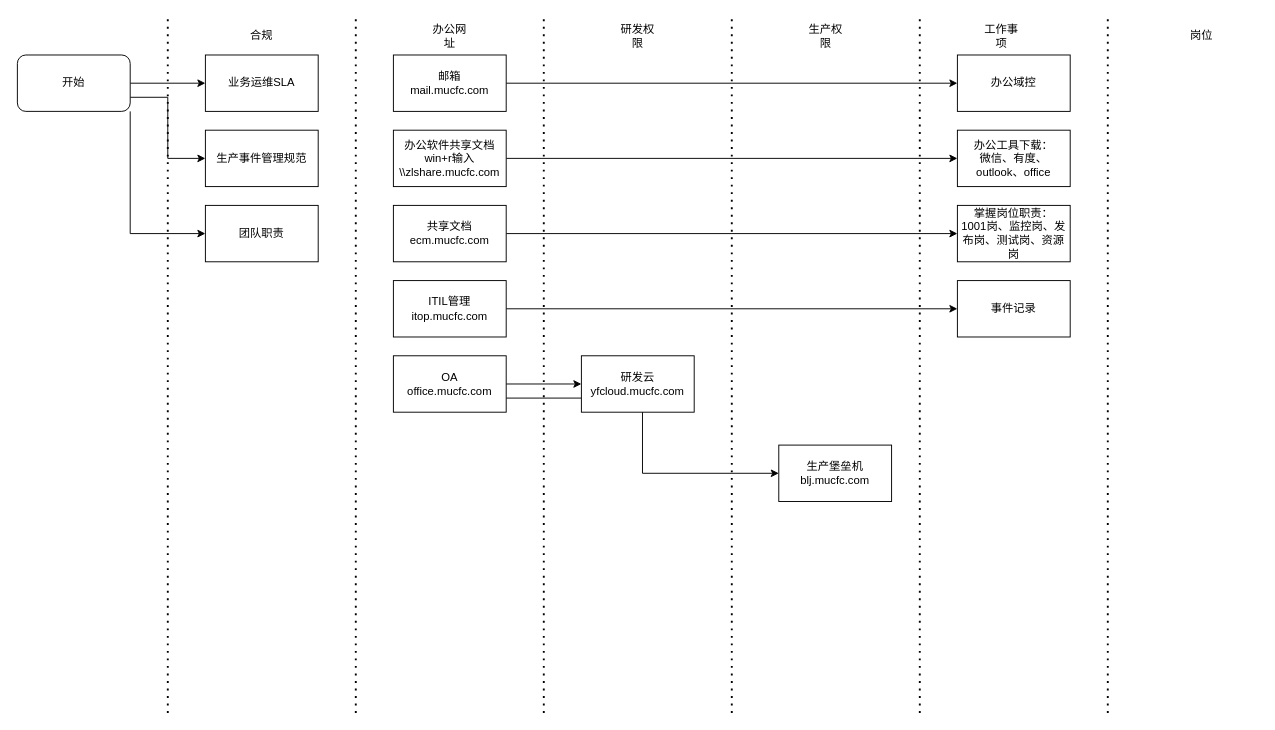
Before: 新人培训能力树 Diagram.drawio in dclarken/draw.io, a draw.io diagram. Source tidied: cells renumbered, new cells numbered last; positions are measured from the earlier drawing's top-left corner, leaving out a move shared by most shapes. Both pictures are drawn from the tidied source at 94%, with x=0, y=0 at pixel (17, 17).
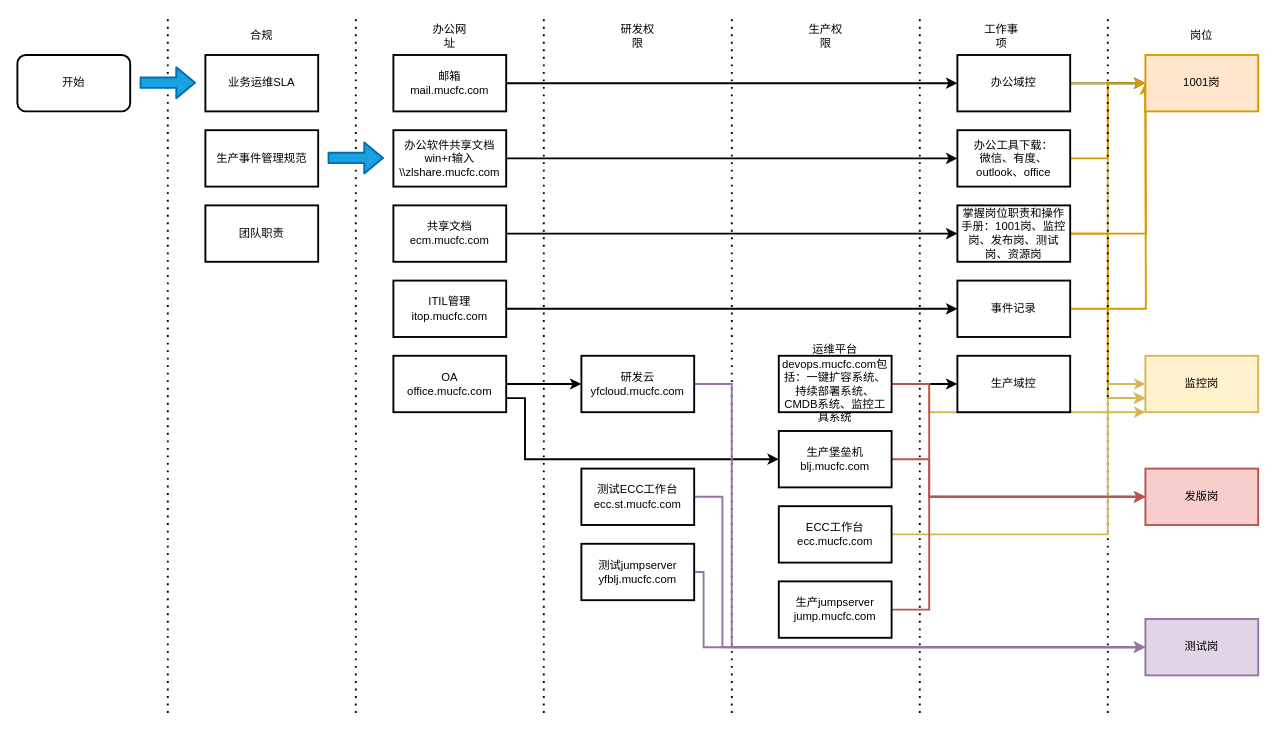
The same page after the edit.

Commit message (it also covers changes not shown here):
Update 新人培训能力树 Diagram.drawio

The edit, as a diff of the source:
```diff
@@
-    <mxCell id="2" style="edgeStyle=orthogonalEdgeStyle;rounded=0;jettySize=auto;html=1;exitX=1;exitY=0.5;exitDx=0;exitDy=0;entryX=0;entryY=0.5;entryDx=0;entryDy=0;" parent="1" edge="1" source="5" target="12">
-      <mxGeometry relative="1" as="geometry" />
-    </mxCell>
-    <mxCell id="3" style="edgeStyle=orthogonalEdgeStyle;rounded=0;jettySize=auto;html=1;exitX=1;exitY=0.75;exitDx=0;exitDy=0;entryX=0;entryY=0.5;entryDx=0;entryDy=0;" parent="1" edge="1" source="5" target="14">
-      <mxGeometry relative="1" as="geometry" />
-    </mxCell>
-    <mxCell id="4" style="edgeStyle=orthogonalEdgeStyle;rounded=0;jettySize=auto;html=1;exitX=1;exitY=1;exitDx=0;exitDy=0;entryX=0;entryY=0.5;entryDx=0;entryDy=0;" parent="1" edge="1" source="5" target="15">
-      <mxGeometry relative="1" as="geometry" />
-    </mxCell>
-    <mxCell id="5" value="开始" style="rounded=1;whiteSpace=wrap;html=1;" parent="1" vertex="1">
+    <mxCell id="5" value="开始" style="rounded=1;whiteSpace=wrap;html=1;strokeWidth=2;" parent="1" vertex="1">
       <mxGeometry y="40" width="120" height="60" as="geometry" />
     </mxCell>
@@
-    <mxCell id="7" value="合规" style="text;html=1;strokeColor=none;fillColor=none;align=center;verticalAlign=middle;whiteSpace=wrap;rounded=0;" parent="1" vertex="1">
+    <mxCell id="7" value="合规" style="text;html=1;strokeColor=none;fillColor=none;align=center;verticalAlign=middle;whiteSpace=wrap;rounded=0;strokeWidth=2;" parent="1" vertex="1">
       <mxGeometry x="240" y="10" width="40" height="20" as="geometry" />
     </mxCell>
@@
-    <mxCell id="10" value="办公网址" style="text;html=1;strokeColor=none;fillColor=none;align=center;verticalAlign=middle;whiteSpace=wrap;rounded=0;" parent="1" vertex="1">
+    <mxCell id="10" value="办公网址" style="text;html=1;strokeColor=none;fillColor=none;align=center;verticalAlign=middle;whiteSpace=wrap;rounded=0;strokeWidth=2;" parent="1" vertex="1">
       <mxGeometry x="440" y="10" width="40" height="20" as="geometry" />
     </mxCell>
-    <mxCell id="11" value="研发权限" style="text;html=1;strokeColor=none;fillColor=none;align=center;verticalAlign=middle;whiteSpace=wrap;rounded=0;" parent="1" vertex="1">
+    <mxCell id="11" value="研发权限" style="text;html=1;strokeColor=none;fillColor=none;align=center;verticalAlign=middle;whiteSpace=wrap;rounded=0;strokeWidth=2;" parent="1" vertex="1">
       <mxGeometry x="640" y="10" width="40" height="20" as="geometry" />
     </mxCell>
-    <mxCell id="12" value="业务运维SLA" style="rounded=0;whiteSpace=wrap;html=1;" parent="1" vertex="1">
+    <mxCell id="12" value="业务运维SLA" style="rounded=0;whiteSpace=wrap;html=1;strokeWidth=2;" parent="1" vertex="1">
       <mxGeometry x="200" y="40" width="120" height="60" as="geometry" />
     </mxCell>
@@
-    <mxCell id="14" value="生产事件管理规范" style="rounded=0;whiteSpace=wrap;html=1;" parent="1" vertex="1">
+    <mxCell id="14" value="生产事件管理规范" style="rounded=0;whiteSpace=wrap;html=1;strokeWidth=2;" parent="1" vertex="1">
       <mxGeometry x="200" y="120" width="120" height="60" as="geometry" />
     </mxCell>
-    <mxCell id="15" value="团队职责" style="rounded=0;whiteSpace=wrap;html=1;" parent="1" vertex="1">
+    <mxCell id="15" value="团队职责" style="rounded=0;whiteSpace=wrap;html=1;strokeWidth=2;" parent="1" vertex="1">
       <mxGeometry x="200" y="200" width="120" height="60" as="geometry" />
     </mxCell>
-    <mxCell id="16" style="edgeStyle=orthogonalEdgeStyle;rounded=0;jettySize=auto;html=1;entryX=0;entryY=0.5;entryDx=0;entryDy=0;" parent="1" edge="1" source="17" target="18">
+    <mxCell id="16" style="edgeStyle=orthogonalEdgeStyle;rounded=0;jettySize=auto;html=1;entryX=0;entryY=0.5;entryDx=0;entryDy=0;strokeWidth=2;" parent="1" edge="1" source="17" target="18">
       <mxGeometry relative="1" as="geometry" />
     </mxCell>
-    <mxCell id="17" value="邮箱&lt;br&gt;mail.mucfc.com&lt;br&gt;" style="rounded=0;whiteSpace=wrap;html=1;" parent="1" vertex="1">
+    <mxCell id="17" value="邮箱&lt;br&gt;mail.mucfc.com&lt;br&gt;" style="rounded=0;whiteSpace=wrap;html=1;strokeWidth=2;" parent="1" vertex="1">
       <mxGeometry x="400" y="40" width="120" height="60" as="geometry" />
     </mxCell>
+    <mxCell id="38" style="edgeStyle=orthogonalEdgeStyle;rounded=0;jettySize=auto;html=1;entryX=0;entryY=0.5;entryDx=0;entryDy=0;strokeWidth=2;" parent="1" edge="1" source="18" target="46">
+      <mxGeometry relative="1" as="geometry" />
+    </mxCell>
+    <mxCell id="39" style="edgeStyle=orthogonalEdgeStyle;rounded=0;jettySize=auto;html=1;exitX=1;exitY=0.5;exitDx=0;exitDy=0;entryX=0;entryY=0.5;entryDx=0;entryDy=0;fillColor=#fff2cc;strokeColor=#d6b656;strokeWidth=2;" parent="1" edge="1" source="18" target="62">
+      <mxGeometry relative="1" as="geometry" />
+    </mxCell>
-    <mxCell id="18" value="办公域控" style="rounded=0;whiteSpace=wrap;html=1;" parent="1" vertex="1">
+    <mxCell id="18" value="办公域控" style="rounded=0;whiteSpace=wrap;html=1;strokeWidth=2;" parent="1" vertex="1">
       <mxGeometry x="1000" y="40" width="120" height="60" as="geometry" />
     </mxCell>
-    <mxCell id="19" style="edgeStyle=orthogonalEdgeStyle;rounded=0;jettySize=auto;html=1;entryX=0;entryY=0.5;entryDx=0;entryDy=0;" parent="1" edge="1" source="21" target="29">
+    <mxCell id="19" style="edgeStyle=orthogonalEdgeStyle;rounded=0;jettySize=auto;html=1;entryX=0;entryY=0.5;entryDx=0;entryDy=0;strokeWidth=2;" parent="1" edge="1" source="21" target="29">
       <mxGeometry relative="1" as="geometry" />
     </mxCell>
-    <mxCell id="20" style="edgeStyle=orthogonalEdgeStyle;rounded=0;jettySize=auto;html=1;exitX=1;exitY=0.75;exitDx=0;exitDy=0;entryX=0;entryY=0.5;entryDx=0;entryDy=0;" parent="1" edge="1" source="21" target="30">
-      <mxGeometry relative="1" as="geometry" />
+    <mxCell id="20" style="edgeStyle=orthogonalEdgeStyle;rounded=0;jettySize=auto;html=1;exitX=1;exitY=0.75;exitDx=0;exitDy=0;entryX=0;entryY=0.5;entryDx=0;entryDy=0;strokeWidth=2;" parent="1" edge="1" source="21" target="30">
+      <mxGeometry relative="1" as="geometry">
+        <Array as="points">
+          <mxPoint x="540" y="405" />
+          <mxPoint x="540" y="470" />
+        </Array>
+      </mxGeometry>
     </mxCell>
-    <mxCell id="21" value="OA&lt;br&gt;office.mucfc.com" style="rounded=0;whiteSpace=wrap;html=1;" parent="1" vertex="1">
+    <mxCell id="21" value="OA&lt;br&gt;office.mucfc.com" style="rounded=0;whiteSpace=wrap;html=1;strokeWidth=2;" parent="1" vertex="1">
       <mxGeometry x="400" y="360" width="120" height="60" as="geometry" />
     </mxCell>
-    <mxCell id="22" style="edgeStyle=orthogonalEdgeStyle;rounded=0;jettySize=auto;html=1;" parent="1" edge="1" source="23" target="34">
+    <mxCell id="22" style="edgeStyle=orthogonalEdgeStyle;rounded=0;jettySize=auto;html=1;strokeWidth=2;" parent="1" edge="1" source="23" target="34">
       <mxGeometry relative="1" as="geometry" />
     </mxCell>
-    <mxCell id="23" value="共享文档&lt;br&gt;ecm.mucfc.com" style="rounded=0;whiteSpace=wrap;html=1;" parent="1" vertex="1">
+    <mxCell id="23" value="共享文档&lt;br&gt;ecm.mucfc.com" style="rounded=0;whiteSpace=wrap;html=1;strokeWidth=2;" parent="1" vertex="1">
       <mxGeometry x="400" y="200" width="120" height="60" as="geometry" />
     </mxCell>
-    <mxCell id="24" style="edgeStyle=orthogonalEdgeStyle;rounded=0;jettySize=auto;html=1;" parent="1" edge="1" source="25" target="35">
+    <mxCell id="24" style="edgeStyle=orthogonalEdgeStyle;rounded=0;jettySize=auto;html=1;strokeWidth=2;" parent="1" edge="1" source="25" target="35">
       <mxGeometry relative="1" as="geometry" />
     </mxCell>
-    <mxCell id="25" value="ITIL管理&lt;br&gt;itop.mucfc.com" style="rounded=0;whiteSpace=wrap;html=1;" parent="1" vertex="1">
+    <mxCell id="25" value="ITIL管理&lt;br&gt;itop.mucfc.com" style="rounded=0;whiteSpace=wrap;html=1;strokeWidth=2;" parent="1" vertex="1">
       <mxGeometry x="400" y="280" width="120" height="60" as="geometry" />
     </mxCell>
-    <mxCell id="26" style="edgeStyle=orthogonalEdgeStyle;rounded=0;jettySize=auto;html=1;" parent="1" edge="1" source="27" target="33">
+    <mxCell id="26" style="edgeStyle=orthogonalEdgeStyle;rounded=0;jettySize=auto;html=1;strokeWidth=2;" parent="1" edge="1" source="27" target="33">
       <mxGeometry relative="1" as="geometry" />
     </mxCell>
-    <mxCell id="27" value="办公软件共享文档&lt;br&gt;win+r输入\\zlshare.mucfc.com" style="rounded=0;whiteSpace=wrap;html=1;" parent="1" vertex="1">
+    <mxCell id="27" value="办公软件共享文档&lt;br&gt;win+r输入\\zlshare.mucfc.com" style="rounded=0;whiteSpace=wrap;html=1;strokeWidth=2;" parent="1" vertex="1">
       <mxGeometry x="400" y="120" width="120" height="60" as="geometry" />
     </mxCell>
@@
+    <mxCell id="40" style="edgeStyle=orthogonalEdgeStyle;rounded=0;jettySize=auto;html=1;entryX=0;entryY=0.5;entryDx=0;entryDy=0;strokeWidth=2;fillColor=#e1d5e7;strokeColor=#9673a6;" parent="1" edge="1" source="29" target="64">
+      <mxGeometry relative="1" as="geometry">
+        <Array as="points">
+          <mxPoint x="760" y="390" />
+          <mxPoint x="760" y="670" />
+        </Array>
+      </mxGeometry>
+    </mxCell>
-    <mxCell id="29" value="研发云&lt;br&gt;yfcloud.mucfc.com" style="rounded=0;whiteSpace=wrap;html=1;" parent="1" vertex="1">
+    <mxCell id="29" value="研发云&lt;br&gt;yfcloud.mucfc.com" style="rounded=0;whiteSpace=wrap;html=1;strokeWidth=2;" parent="1" vertex="1">
       <mxGeometry x="600" y="360" width="120" height="60" as="geometry" />
     </mxCell>
+    <mxCell id="41" style="edgeStyle=orthogonalEdgeStyle;rounded=0;jettySize=auto;html=1;exitX=1;exitY=0.5;exitDx=0;exitDy=0;fillColor=#f8cecc;strokeColor=#b85450;strokeWidth=2;" parent="1" edge="1" source="30">
+      <mxGeometry relative="1" as="geometry">
+        <mxPoint x="1200" y="510" as="targetPoint" />
+        <Array as="points">
+          <mxPoint x="970" y="470" />
+          <mxPoint x="970" y="510" />
+        </Array>
+      </mxGeometry>
+    </mxCell>
-    <mxCell id="30" value="生产堡垒机&lt;br&gt;blj.mucfc.com" style="rounded=0;whiteSpace=wrap;html=1;" parent="1" vertex="1">
-      <mxGeometry x="810" y="455" width="120" height="60" as="geometry" />
+    <mxCell id="30" value="生产堡垒机&lt;br&gt;blj.mucfc.com" style="rounded=0;whiteSpace=wrap;html=1;strokeWidth=2;" parent="1" vertex="1">
+      <mxGeometry x="810" y="440" width="120" height="60" as="geometry" />
     </mxCell>
-    <mxCell id="31" value="生产权限" style="text;html=1;strokeColor=none;fillColor=none;align=center;verticalAlign=middle;whiteSpace=wrap;rounded=0;" parent="1" vertex="1">
+    <mxCell id="31" value="生产权限" style="text;html=1;strokeColor=none;fillColor=none;align=center;verticalAlign=middle;whiteSpace=wrap;rounded=0;strokeWidth=2;" parent="1" vertex="1">
       <mxGeometry x="840" y="10" width="40" height="20" as="geometry" />
     </mxCell>
-    <mxCell id="32" value="工作事项" style="text;html=1;strokeColor=none;fillColor=none;align=center;verticalAlign=middle;whiteSpace=wrap;rounded=0;" parent="1" vertex="1">
+    <mxCell id="32" value="工作事项" style="text;html=1;strokeColor=none;fillColor=none;align=center;verticalAlign=middle;whiteSpace=wrap;rounded=0;strokeWidth=2;" parent="1" vertex="1">
       <mxGeometry x="1027" y="10" width="40" height="20" as="geometry" />
     </mxCell>
+    <mxCell id="42" style="edgeStyle=orthogonalEdgeStyle;rounded=0;jettySize=auto;html=1;exitX=1;exitY=0.5;exitDx=0;exitDy=0;entryX=0;entryY=0.5;entryDx=0;entryDy=0;fillColor=#ffe6cc;strokeColor=#d79b00;strokeWidth=2;" parent="1" edge="1" source="33" target="46">
+      <mxGeometry relative="1" as="geometry" />
+    </mxCell>
-    <mxCell id="33" value="办公工具下载：&lt;br&gt;微信、有度、outlook、office" style="rounded=0;whiteSpace=wrap;html=1;" parent="1" vertex="1">
+    <mxCell id="33" value="办公工具下载：&lt;br&gt;微信、有度、outlook、office" style="rounded=0;whiteSpace=wrap;html=1;strokeWidth=2;" parent="1" vertex="1">
       <mxGeometry x="1000" y="120" width="120" height="60" as="geometry" />
     </mxCell>
+    <mxCell id="43" style="edgeStyle=orthogonalEdgeStyle;rounded=0;jettySize=auto;html=1;exitX=1;exitY=0.5;exitDx=0;exitDy=0;fillColor=#ffe6cc;strokeColor=#d79b00;strokeWidth=2;" parent="1" edge="1" source="34">
+      <mxGeometry relative="1" as="geometry">
+        <mxPoint x="1200" y="70" as="targetPoint" />
+      </mxGeometry>
+    </mxCell>
+    <mxCell id="44" style="edgeStyle=orthogonalEdgeStyle;rounded=0;jettySize=auto;html=1;exitX=1;exitY=0.5;exitDx=0;exitDy=0;entryX=0;entryY=0.75;entryDx=0;entryDy=0;fillColor=#ffe6cc;strokeColor=#d79b00;strokeWidth=2;" parent="1" edge="1" source="34" target="62">
+      <mxGeometry relative="1" as="geometry" />
+    </mxCell>
-    <mxCell id="34" value="掌握岗位职责：&lt;br&gt;1001岗、监控岗、发布岗、测试岗、资源岗" style="rounded=0;whiteSpace=wrap;html=1;" parent="1" vertex="1">
+    <mxCell id="34" value="掌握岗位职责和操作手册：1001岗、监控岗、发布岗、测试岗、资源岗" style="rounded=0;whiteSpace=wrap;html=1;strokeWidth=2;" parent="1" vertex="1">
       <mxGeometry x="1000" y="200" width="120" height="60" as="geometry" />
     </mxCell>
+    <mxCell id="45" style="edgeStyle=orthogonalEdgeStyle;rounded=0;jettySize=auto;html=1;exitX=1;exitY=0.5;exitDx=0;exitDy=0;fillColor=#ffe6cc;strokeColor=#d79b00;strokeWidth=2;" parent="1" edge="1" source="35">
+      <mxGeometry relative="1" as="geometry">
+        <mxPoint x="1200" y="70" as="targetPoint" />
+      </mxGeometry>
+    </mxCell>
-    <mxCell id="35" value="事件记录" style="rounded=0;whiteSpace=wrap;html=1;" parent="1" vertex="1">
+    <mxCell id="35" value="事件记录" style="rounded=0;whiteSpace=wrap;html=1;strokeWidth=2;" parent="1" vertex="1">
       <mxGeometry x="1000" y="280" width="120" height="60" as="geometry" />
     </mxCell>
@@
-    <mxCell id="37" value="岗位" style="text;html=1;strokeColor=none;fillColor=none;align=center;verticalAlign=middle;whiteSpace=wrap;rounded=0;" parent="1" vertex="1">
+    <mxCell id="37" value="岗位" style="text;html=1;strokeColor=none;fillColor=none;align=center;verticalAlign=middle;whiteSpace=wrap;rounded=0;strokeWidth=2;" parent="1" vertex="1">
       <mxGeometry x="1240" y="10" width="40" height="20" as="geometry" />
     </mxCell>
+    <mxCell id="46" value="1001岗" style="rounded=0;whiteSpace=wrap;html=1;fillColor=#ffe6cc;strokeColor=#d79b00;strokeWidth=2;" parent="1" vertex="1">
+      <mxGeometry x="1200" y="40" width="120" height="60" as="geometry" />
+    </mxCell>
+    <mxCell id="47" style="shape=flexArrow;endArrow=classic;html=1;fillColor=#1ba1e2;strokeColor=#006EAF;strokeWidth=2;" parent="1" edge="1">
+      <mxGeometry relative="1" as="geometry">
+        <mxPoint x="330" y="149.5" as="sourcePoint" />
+        <mxPoint x="390" y="149.5" as="targetPoint" />
+      </mxGeometry>
+    </mxCell>
+    <mxCell id="48" style="edgeStyle=orthogonalEdgeStyle;rounded=0;jettySize=auto;html=1;entryX=0;entryY=0.5;entryDx=0;entryDy=0;strokeWidth=2;" parent="1" edge="1" source="51" target="52">
+      <mxGeometry relative="1" as="geometry" />
+    </mxCell>
+    <mxCell id="49" style="edgeStyle=orthogonalEdgeStyle;rounded=0;jettySize=auto;html=1;exitX=1;exitY=0.5;exitDx=0;exitDy=0;entryX=0;entryY=1;entryDx=0;entryDy=0;fillColor=#fff2cc;strokeColor=#d6b656;strokeWidth=2;" parent="1" edge="1" source="51" target="62">
+      <mxGeometry relative="1" as="geometry">
+        <Array as="points">
+          <mxPoint x="970" y="390" />
+          <mxPoint x="970" y="420" />
+        </Array>
+      </mxGeometry>
+    </mxCell>
+    <mxCell id="50" style="edgeStyle=orthogonalEdgeStyle;rounded=0;jettySize=auto;html=1;exitX=1;exitY=0.5;exitDx=0;exitDy=0;entryX=0;entryY=0.5;entryDx=0;entryDy=0;fillColor=#f8cecc;strokeColor=#b85450;strokeWidth=2;" parent="1" edge="1" source="51" target="63">
+      <mxGeometry relative="1" as="geometry">
+        <Array as="points">
+          <mxPoint x="970" y="390" />
+          <mxPoint x="970" y="510" />
+        </Array>
+      </mxGeometry>
+    </mxCell>
+    <mxCell id="51" value="运维平台devops.mucfc.com包括：一键扩容系统、持续部署系统、CMDB系统、监控工具系统" style="rounded=0;whiteSpace=wrap;html=1;strokeWidth=2;" parent="1" vertex="1">
+      <mxGeometry x="810" y="360" width="120" height="60" as="geometry" />
+    </mxCell>
+    <mxCell id="52" value="生产域控" style="rounded=0;whiteSpace=wrap;html=1;strokeWidth=2;" parent="1" vertex="1">
+      <mxGeometry x="1000" y="360" width="120" height="60" as="geometry" />
+    </mxCell>
+    <mxCell id="53" style="shape=flexArrow;endArrow=classic;html=1;fillColor=#1ba1e2;strokeColor=#006EAF;strokeWidth=2;" parent="1" edge="1">
+      <mxGeometry relative="1" as="geometry">
+        <mxPoint x="130" y="69.5" as="sourcePoint" />
+        <mxPoint x="190" y="69.5" as="targetPoint" />
+      </mxGeometry>
+    </mxCell>
+    <mxCell id="54" style="edgeStyle=orthogonalEdgeStyle;rounded=0;jettySize=auto;html=1;exitX=1;exitY=0.5;exitDx=0;exitDy=0;entryX=0;entryY=0.5;entryDx=0;entryDy=0;strokeWidth=2;fillColor=#e1d5e7;strokeColor=#9673a6;" parent="1" edge="1" source="55" target="64">
+      <mxGeometry relative="1" as="geometry">
+        <Array as="points">
+          <mxPoint x="750" y="510" />
+          <mxPoint x="750" y="670" />
+        </Array>
+      </mxGeometry>
+    </mxCell>
+    <mxCell id="55" value="测试ECC工作台&lt;br&gt;ecc.st.mucfc.com" style="rounded=0;whiteSpace=wrap;html=1;strokeWidth=2;" parent="1" vertex="1">
+      <mxGeometry x="600" y="480" width="120" height="60" as="geometry" />
+    </mxCell>
+    <mxCell id="56" style="edgeStyle=orthogonalEdgeStyle;rounded=0;jettySize=auto;html=1;exitX=1;exitY=0.5;exitDx=0;exitDy=0;entryX=0;entryY=0.5;entryDx=0;entryDy=0;fillColor=#e1d5e7;strokeColor=#9673a6;strokeWidth=2;" parent="1" edge="1" source="57" target="64">
+      <mxGeometry relative="1" as="geometry">
+        <Array as="points">
+          <mxPoint x="730" y="590" />
+          <mxPoint x="730" y="670" />
+        </Array>
+      </mxGeometry>
+    </mxCell>
+    <mxCell id="57" value="测试jumpserver&lt;br&gt;yfblj.mucfc.com" style="rounded=0;whiteSpace=wrap;html=1;strokeWidth=2;" parent="1" vertex="1">
+      <mxGeometry x="600" y="560" width="120" height="60" as="geometry" />
+    </mxCell>
+    <mxCell id="58" style="edgeStyle=orthogonalEdgeStyle;rounded=0;jettySize=auto;html=1;entryX=0;entryY=0.75;entryDx=0;entryDy=0;fillColor=#fff2cc;strokeColor=#d6b656;strokeWidth=2;" parent="1" edge="1" source="59" target="62">
+      <mxGeometry relative="1" as="geometry">
+        <Array as="points">
+          <mxPoint x="1160" y="550" />
+          <mxPoint x="1160" y="405" />
+        </Array>
+      </mxGeometry>
+    </mxCell>
+    <mxCell id="59" value="ECC工作台&lt;br&gt;ecc.mucfc.com" style="rounded=0;whiteSpace=wrap;html=1;strokeWidth=2;" parent="1" vertex="1">
+      <mxGeometry x="810" y="520" width="120" height="60" as="geometry" />
+    </mxCell>
+    <mxCell id="60" style="edgeStyle=orthogonalEdgeStyle;rounded=0;jettySize=auto;html=1;entryX=0;entryY=0.5;entryDx=0;entryDy=0;fillColor=#f8cecc;strokeColor=#b85450;strokeWidth=2;" parent="1" edge="1" source="61" target="63">
+      <mxGeometry relative="1" as="geometry">
+        <Array as="points">
+          <mxPoint x="970" y="630" />
+          <mxPoint x="970" y="510" />
+        </Array>
+      </mxGeometry>
+    </mxCell>
+    <mxCell id="61" value="生产jumpserver&lt;br&gt;jump.mucfc.com" style="rounded=0;whiteSpace=wrap;html=1;strokeWidth=2;" parent="1" vertex="1">
+      <mxGeometry x="810" y="600" width="120" height="60" as="geometry" />
+    </mxCell>
+    <mxCell id="62" value="监控岗" style="rounded=0;whiteSpace=wrap;html=1;fillColor=#fff2cc;strokeColor=#d6b656;strokeWidth=2;" parent="1" vertex="1">
+      <mxGeometry x="1200" y="360" width="120" height="60" as="geometry" />
+    </mxCell>
+    <mxCell id="63" value="发版岗" style="rounded=0;whiteSpace=wrap;html=1;fillColor=#f8cecc;strokeColor=#b85450;strokeWidth=2;" parent="1" vertex="1">
+      <mxGeometry x="1200" y="480" width="120" height="60" as="geometry" />
+    </mxCell>
+    <mxCell id="64" value="测试岗" style="rounded=0;whiteSpace=wrap;html=1;fillColor=#e1d5e7;strokeColor=#9673a6;strokeWidth=2;" parent="1" vertex="1">
+      <mxGeometry x="1200" y="640" width="120" height="60" as="geometry" />
+    </mxCell>
```
